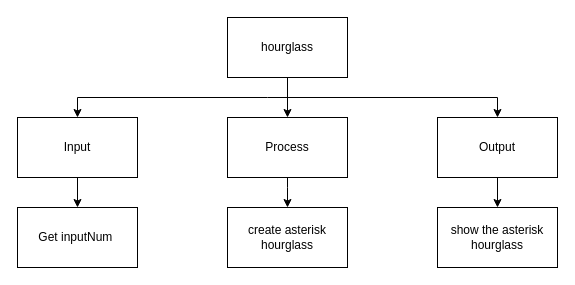
The draw.io diagram topdown_chart.drawio in Seti-Ngabo/ICS4U-Assignement4-typescript, before the edit. Source tidied: cells renumbered, new cells numbered last; positions are measured from the earlier drawing's top-left corner, leaving out a move shared by most shapes. Both pictures are drawn from the tidied source at 100%, with x=0, y=0 at pixel (17, 17).
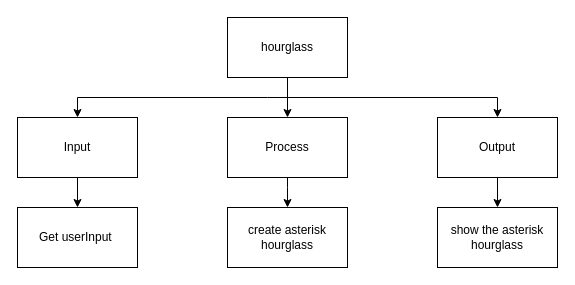
Above is the later version.

Diff of the diagram source:
```diff
@@
-    <mxCell id="13" value="Get inputNum&amp;nbsp;" style="rounded=0;whiteSpace=wrap;html=1;" parent="1" vertex="1">
+    <mxCell id="13" value="Get userInput&amp;nbsp;" style="rounded=0;whiteSpace=wrap;html=1;" parent="1" vertex="1">
       <mxGeometry y="190" width="120" height="60" as="geometry" />
     </mxCell>
```
